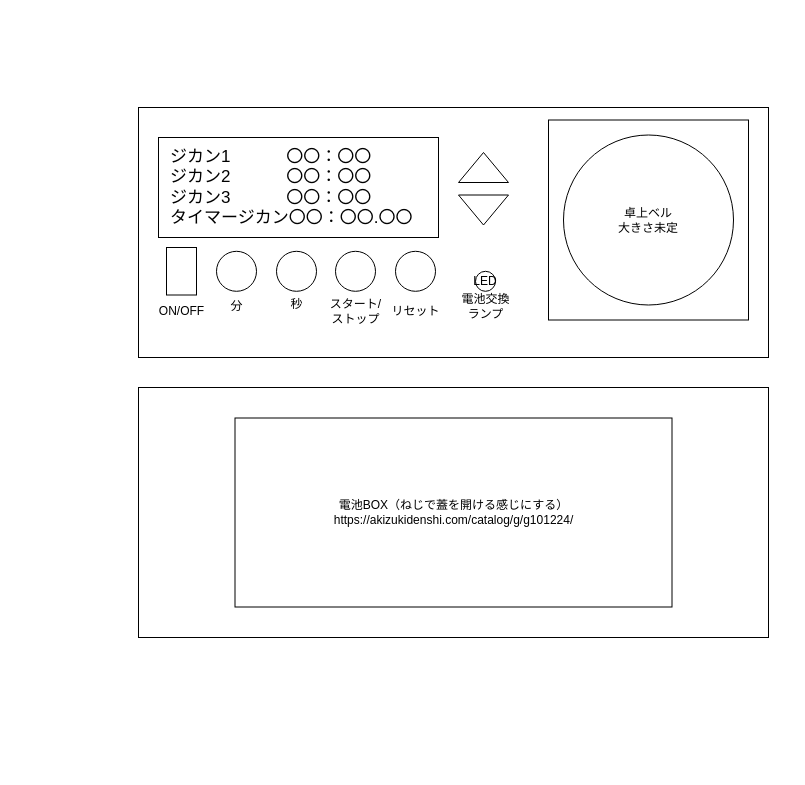
The draw.io diagram タイマー装置イメージ図.drawio in Else156/AutomaticPresentationTimer, before the edit. Source tidied: cells renumbered, new cells numbered last; positions are measured from the earlier drawing's top-left corner, leaving out a move shared by most shapes. Both pictures are drawn from the tidied source at 100%, with x=0, y=0 at pixel (138, 107).
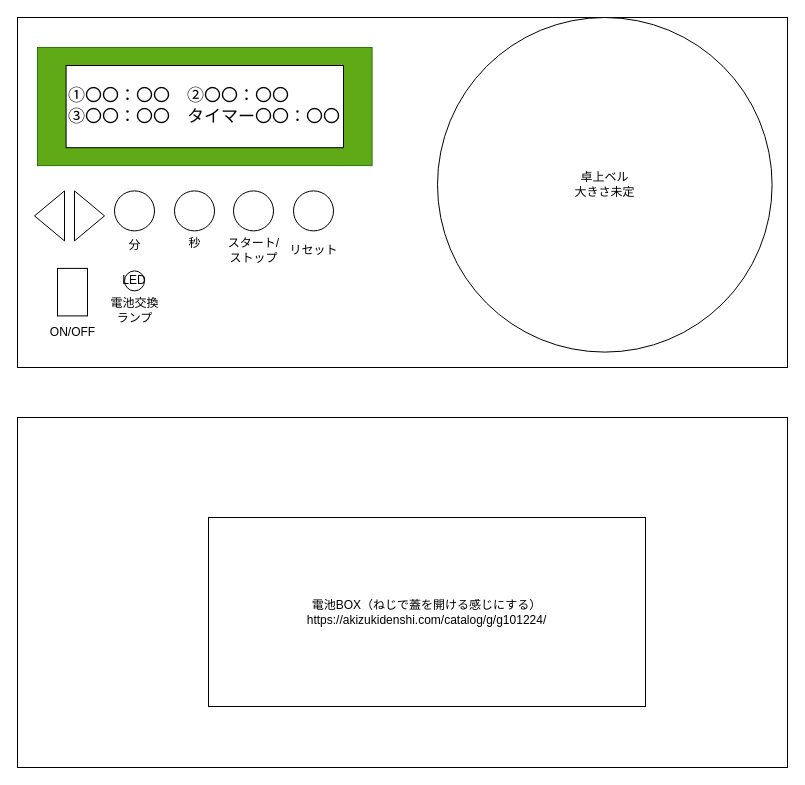
The same page after the edit.

Commit message:
タイマーとディスプレイの大きさを合わせた

Change to the diagram source:
```diff
@@
     <mxCell id="2" style="rounded=0;whiteSpace=wrap;html=1;" parent="1" vertex="1">
-      <mxGeometry width="630" height="250" as="geometry" />
+      <mxGeometry x="-121" y="-90" width="770" height="350" as="geometry" />
     </mxCell>
-    <mxCell id="3" style="rounded=0;whiteSpace=wrap;html=1;" parent="1" vertex="1">
-      <mxGeometry x="20" y="30" width="280" height="100" as="geometry" />
+    <mxCell id="3" style="rounded=0;whiteSpace=wrap;html=1;fillColor=#60a917;strokeColor=#2D7600;fontColor=#ffffff;" parent="1" vertex="1">
+      <mxGeometry x="-101" y="-60" width="334.6" height="118.1" as="geometry" />
     </mxCell>
-    <mxCell id="4" value="ジカン1　　　 〇〇：〇〇&lt;br style=&quot;font-size: 17px;&quot;&gt;&lt;div style=&quot;font-size: 17px;&quot;&gt;&lt;span style=&quot;background-color: initial; font-size: 17px;&quot;&gt;ジカン2　　　&amp;nbsp;&lt;/span&gt;&lt;span style=&quot;background-color: initial;&quot;&gt;〇〇&lt;/span&gt;&lt;span style=&quot;background-color: initial;&quot;&gt;：&lt;/span&gt;&lt;span style=&quot;background-color: initial;&quot;&gt;〇〇&lt;/span&gt;&lt;/div&gt;&lt;div style=&quot;font-size: 17px;&quot;&gt;&lt;span style=&quot;background-color: initial; font-size: 17px;&quot;&gt;ジカン3　　　&amp;nbsp;&lt;/span&gt;&lt;span style=&quot;background-color: initial;&quot;&gt;〇〇&lt;/span&gt;&lt;span style=&quot;background-color: initial;&quot;&gt;：&lt;/span&gt;&lt;span style=&quot;background-color: initial;&quot;&gt;〇〇&lt;/span&gt;&lt;/div&gt;&lt;div style=&quot;font-size: 17px;&quot;&gt;タイマージカン&lt;span style=&quot;background-color: initial;&quot;&gt;〇〇&lt;/span&gt;&lt;span style=&quot;background-color: initial;&quot;&gt;：&lt;/span&gt;&lt;span style=&quot;background-color: initial;&quot;&gt;〇〇.&lt;/span&gt;&lt;span style=&quot;background-color: initial;&quot;&gt;〇〇&lt;/span&gt;&lt;/div&gt;" style="text;html=1;align=left;verticalAlign=middle;whiteSpace=wrap;rounded=0;fontSize=17;" parent="1" vertex="1">
-      <mxGeometry x="30" y="37.5" width="260" height="85" as="geometry" />
+    <mxCell id="4" value="①〇〇：〇〇　②&lt;span style=&quot;background-color: initial;&quot;&gt;〇〇&lt;/span&gt;&lt;span style=&quot;background-color: initial;&quot;&gt;：&lt;/span&gt;&lt;span style=&quot;background-color: initial;&quot;&gt;〇〇&lt;/span&gt;&lt;br&gt;&lt;div style=&quot;font-size: 17px;&quot;&gt;&lt;span style=&quot;background-color: initial; font-size: 17px;&quot;&gt;③&lt;/span&gt;&lt;span style=&quot;background-color: initial;&quot;&gt;〇〇&lt;/span&gt;&lt;span style=&quot;background-color: initial;&quot;&gt;：&lt;/span&gt;&lt;span style=&quot;background-color: initial;&quot;&gt;〇〇　タイマー&lt;/span&gt;&lt;span style=&quot;background-color: initial;&quot;&gt;〇〇&lt;/span&gt;&lt;span style=&quot;background-color: initial;&quot;&gt;：&lt;/span&gt;&lt;span style=&quot;background-color: initial;&quot;&gt;〇〇&lt;/span&gt;&lt;/div&gt;" style="text;html=1;align=left;verticalAlign=middle;whiteSpace=wrap;rounded=0;fontSize=17;strokeColor=default;fillColor=default;" parent="1" vertex="1">
+      <mxGeometry x="-72.4" y="-42" width="277.4" height="82.2" as="geometry" />
     </mxCell>
-    <mxCell id="5" style="triangle;whiteSpace=wrap;html=1;flipH=1;direction=north;" parent="1" vertex="1">
-      <mxGeometry x="320" y="45" width="50" height="30" as="geometry" />
+    <mxCell id="5" style="triangle;whiteSpace=wrap;html=1;flipH=0;direction=north;rotation=-90;" parent="1" vertex="1">
+      <mxGeometry x="-114" y="93.4" width="50" height="30" as="geometry" />
     </mxCell>
-    <mxCell id="6" style="triangle;whiteSpace=wrap;html=1;flipH=0;direction=north;flipV=1;" parent="1" vertex="1">
-      <mxGeometry x="320" y="87.5" width="50" height="30" as="geometry" />
+    <mxCell id="6" style="triangle;whiteSpace=wrap;html=1;flipH=0;direction=north;flipV=1;rotation=-90;" parent="1" vertex="1">
+      <mxGeometry x="-74" y="93.4" width="50" height="30" as="geometry" />
     </mxCell>
     <mxCell id="7" style="ellipse;whiteSpace=wrap;html=1;" parent="1" vertex="1">
-      <mxGeometry x="78" y="143.8" width="40" height="40" as="geometry" />
+      <mxGeometry x="-24" y="83.4" width="40" height="40" as="geometry" />
     </mxCell>
     <mxCell id="8" style="ellipse;whiteSpace=wrap;html=1;" parent="1" vertex="1">
-      <mxGeometry x="197" y="143.8" width="40" height="40" as="geometry" />
+      <mxGeometry x="95" y="83.4" width="40" height="40" as="geometry" />
     </mxCell>
     <mxCell id="9" style="ellipse;whiteSpace=wrap;html=1;" parent="1" vertex="1">
-      <mxGeometry x="138" y="143.8" width="40" height="40" as="geometry" />
+      <mxGeometry x="36" y="83.4" width="40" height="40" as="geometry" />
     </mxCell>
     <mxCell id="10" value="スタート/&lt;div&gt;ストップ&lt;/div&gt;" style="text;html=1;align=center;verticalAlign=middle;strokeColor=none;fillColor=none;" parent="1" vertex="1">
-      <mxGeometry x="182" y="183.8" width="70" height="40" as="geometry" />
+      <mxGeometry x="80" y="123.4" width="70" height="40" as="geometry" />
     </mxCell>
     <mxCell id="11" style="ellipse;whiteSpace=wrap;html=1;" parent="1" vertex="1">
-      <mxGeometry x="257" y="143.8" width="40" height="40" as="geometry" />
+      <mxGeometry x="155" y="83.4" width="40" height="40" as="geometry" />
     </mxCell>
     <mxCell id="12" value="リセット" style="text;html=1;align=center;verticalAlign=middle;strokeColor=none;fillColor=none;" parent="1" vertex="1">
-      <mxGeometry x="242" y="188.8" width="70" height="30" as="geometry" />
+      <mxGeometry x="140" y="128.4" width="70" height="30" as="geometry" />
     </mxCell>
     <mxCell id="13" value="分" style="text;html=1;align=center;verticalAlign=middle;strokeColor=none;fillColor=none;" parent="1" vertex="1">
-      <mxGeometry x="78" y="183.8" width="40" height="30" as="geometry" />
+      <mxGeometry x="-24" y="123.4" width="40" height="30" as="geometry" />
     </mxCell>
     <mxCell id="14" value="秒" style="text;html=1;align=center;verticalAlign=middle;strokeColor=none;fillColor=none;" parent="1" vertex="1">
-      <mxGeometry x="138" y="181.8" width="40" height="30" as="geometry" />
+      <mxGeometry x="36" y="121.4" width="40" height="30" as="geometry" />
     </mxCell>
     <mxCell id="15" style="rounded=0;whiteSpace=wrap;html=1;" parent="1" vertex="1">
-      <mxGeometry x="28" y="140" width="30" height="47.5" as="geometry" />
+      <mxGeometry x="-81" y="160.9" width="30" height="47.5" as="geometry" />
     </mxCell>
-    <mxCell id="16" style="whiteSpace=wrap;html=1;" parent="1" vertex="1">
-      <mxGeometry x="410" y="12.5" width="200" height="200" as="geometry" />
-    </mxCell>
     <mxCell id="17" value="卓上ベル&lt;div&gt;大きさ未定&lt;/div&gt;" style="ellipse;whiteSpace=wrap;html=1;" parent="1" vertex="1">
-      <mxGeometry x="425" y="27.5" width="170" height="170" as="geometry" />
+      <mxGeometry x="299" y="-90" width="334.6" height="334.6" as="geometry" />
     </mxCell>
     <mxCell id="18" value="LED" style="ellipse;whiteSpace=wrap;html=1;" parent="1" vertex="1">
-      <mxGeometry x="337" y="163.8" width="20" height="20" as="geometry" />
+      <mxGeometry x="-14" y="163.4" width="20" height="20" as="geometry" />
     </mxCell>
     <mxCell id="19" value="ON/OFF" style="text;html=1;align=center;verticalAlign=middle;strokeColor=none;fillColor=none;" parent="1" vertex="1">
-      <mxGeometry x="8" y="188.8" width="70" height="30" as="geometry" />
+      <mxGeometry x="-101" y="209.6" width="70" height="30" as="geometry" />
     </mxCell>
     <mxCell id="20" value="電池交換&lt;div&gt;ランプ&lt;/div&gt;" style="text;html=1;align=center;verticalAlign=middle;strokeColor=none;fillColor=none;" parent="1" vertex="1">
-      <mxGeometry x="312" y="178.8" width="70" height="40" as="geometry" />
+      <mxGeometry x="-39" y="183.4" width="70" height="40" as="geometry" />
     </mxCell>
-    <mxCell id="21" style="rounded=0;whiteSpace=wrap;html=1;" parent="1" vertex="1">
-      <mxGeometry y="280" width="630" height="250" as="geometry" />
-    </mxCell>
+    <mxCell id="23" style="rounded=0;whiteSpace=wrap;html=1;" parent="1" vertex="1">
+      <mxGeometry x="-121" y="310" width="770" height="350" as="geometry" />
+    </mxCell>
     <mxCell id="22" value="電池BOX（ねじで蓋を開ける感じにする）&lt;div&gt;https://akizukidenshi.com/catalog/g/g101224/&lt;br&gt;&lt;/div&gt;" style="rounded=0;whiteSpace=wrap;html=1;" parent="1" vertex="1">
-      <mxGeometry x="96.5" y="310.5" width="437" height="189" as="geometry" />
+      <mxGeometry x="70" y="410" width="437" height="189" as="geometry" />
     </mxCell>
```
